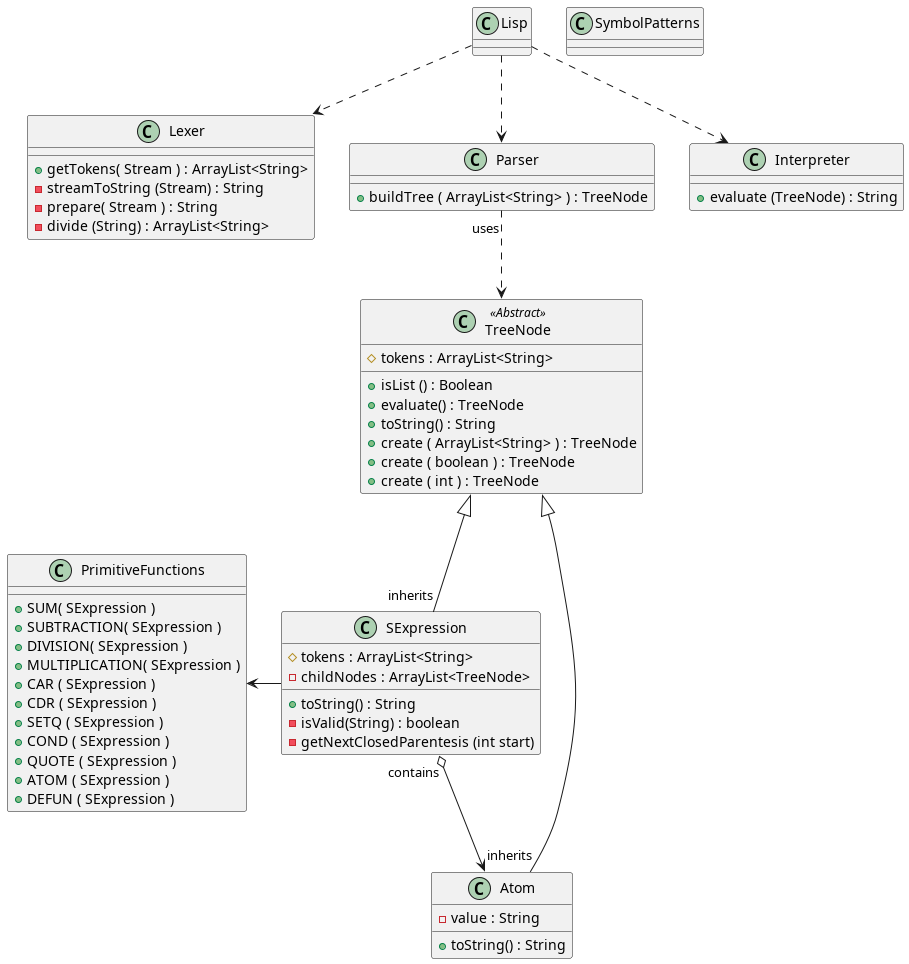
Above: classesUML.png in DiegoLinares11/LISP-Project (PlantUML), before the change. Source of this version:
```plantuml
@startuml

class Lisp
class Lexer
class Parser
class Interpreter

Lisp ..> Lexer
Lisp ..> Parser
Lisp ..> Interpreter

abstract class TreeNode
class Atom
class SExpression

class PrimitiveFunctions
class SymbolPatterns

Parser "uses" ..> TreeNode

TreeNode <|-- "inherits" Atom
TreeNode <|-- "inherits" SExpression
SExpression "contains" o--> Atom
 PrimitiveFunctions <- SExpression

class Lexer {
    + getTokens( Stream ) : ArrayList<String>
    - streamToString (Stream) : String
    - prepare( Stream ) : String
    - divide (String) : ArrayList<String>
}

class Parser {
    + buildTree ( ArrayList<String> ) : TreeNode
}

class Interpreter {
    + evaluate (TreeNode) : String
}

class TreeNode <<Abstract>>{
    # tokens : ArrayList<String>
    + isList () : Boolean
    + evaluate() : TreeNode
    + toString() : String
    + create ( ArrayList<String> ) : TreeNode
    + create ( boolean ) : TreeNode
    + create ( int ) : TreeNode

}

class Atom {
    - value : String
    + toString() : String
}

class SExpression {
    # tokens : ArrayList<String>
    - childNodes : ArrayList<TreeNode>
    + toString() : String
    - isValid(String) : boolean
    - getNextClosedParentesis (int start)
}

class PrimitiveFunctions{
   + SUM( SExpression )
   + SUBTRACTION( SExpression )
   + DIVISION( SExpression )
   + MULTIPLICATION( SExpression )
   + CAR ( SExpression )
   + CDR ( SExpression )
   + SETQ ( SExpression )
   + COND ( SExpression )
   + QUOTE ( SExpression )
   + ATOM ( SExpression )
   + DEFUN ( SExpression )

}
@enduml
```
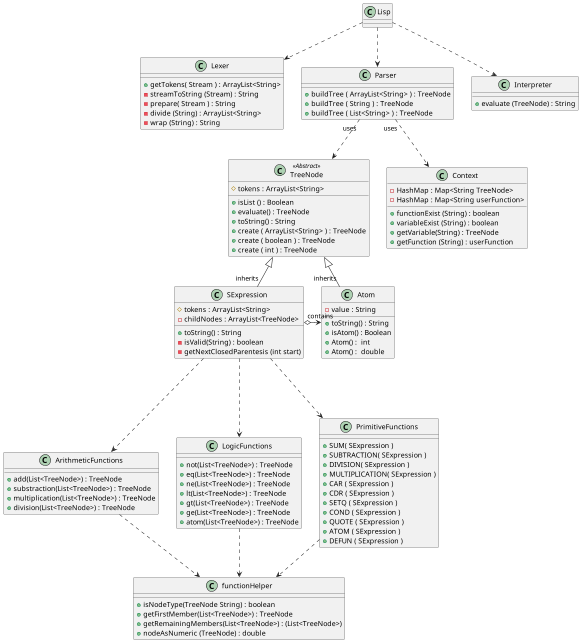
Above is the later version.

Change to the diagram source:
```diff
@@ -4,7 +4,10 @@
 class Lexer
 class Parser
 class Interpreter
-
+class ArithmeticFunctions
+class functionHelper
+class LogicFunctions
+class Context
 Lisp ..> Lexer
 Lisp ..> Parser
 Lisp ..> Interpreter
@@ -14,24 +17,22 @@
 class SExpression
 
 class PrimitiveFunctions
-class SymbolPatterns
-
-Parser "uses" ..> TreeNode
-
-TreeNode <|-- "inherits" Atom
-TreeNode <|-- "inherits" SExpression
-SExpression "contains" o--> Atom
- PrimitiveFunctions <- SExpression
 
 class Lexer {
     + getTokens( Stream ) : ArrayList<String>
     - streamToString (Stream) : String
     - prepare( Stream ) : String
     - divide (String) : ArrayList<String>
+    - wrap (String) : String
+
 }
 
 class Parser {
     + buildTree ( ArrayList<String> ) : TreeNode
+    + buildTree ( String ) : TreeNode
+    + buildTree ( List<String> ) : TreeNode
+
+
 }
 
 class Interpreter {
@@ -52,6 +53,13 @@
 class Atom {
     - value : String
     + toString() : String
+    + isAtom() : Boolean
+    + Atom() :  int
+    + Atom() :  double
+
+
+
+
 }
 
 class SExpression {
@@ -76,4 +84,50 @@
    + DEFUN ( SExpression )
 
 }
+class ArithmeticFunctions{
+    + add(List<TreeNode>) : TreeNode
+    + substraction(List<TreeNode>) : TreeNode
+    + multiplication(List<TreeNode>) : TreeNode
+    + division(List<TreeNode>) : TreeNode
+
+}
+class functionHelper{
+    + isNodeType(TreeNode String) : boolean
+    + getFirstMember(List<TreeNode>) : TreeNode
+    + getRemainingMembers(List<TreeNode>) : (List<TreeNode>)
+    + nodeAsNumeric (TreeNode) : double
+
+}
+class LogicFunctions {
+    + not(List<TreeNode>) : TreeNode
+    + eq(List<TreeNode>) : TreeNode
+    + ne(List<TreeNode>) : TreeNode
+    + lt(List<TreeNode>) : TreeNode
+    + gt(List<TreeNode>) : TreeNode
+    + ge(List<TreeNode>) : TreeNode
+    + atom(List<TreeNode>) : TreeNode
+
+}
+class Context{
+    -HashMap : Map<String TreeNode>
+    -HashMap : Map<String userFunction>
+    +functionExist (String) : boolean
+    + variableExist (String) : boolean
+    +getVariable(String) : TreeNode
+    +getFunction (String) : userFunction
+
+}
+
+Parser "uses" ..> TreeNode
+TreeNode <|-- "inherits" SExpression
+TreeNode <|- "inherits" Atom
+SExpression "contains" o-> Atom
+SExpression ...> ArithmeticFunctions
+SExpression ...> LogicFunctions
+SExpression ...> PrimitiveFunctions
+PrimitiveFunctions ..> functionHelper
+LogicFunctions ..> functionHelper
+ArithmeticFunctions ..> functionHelper
+Parser "uses" ..> Context
+
 @enduml
```
